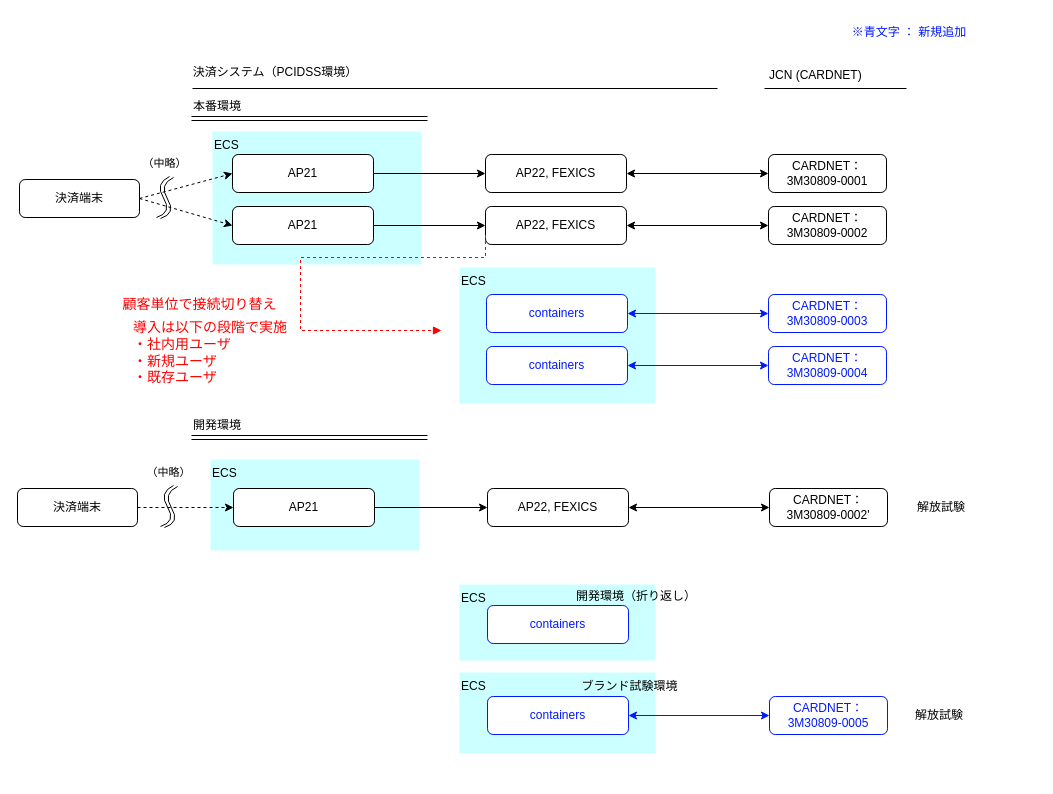
Earlier version of the draw.io diagram page "全体構成(CARDNET)" (2 of 2) of FEXICS/obj/migration_plan.drawio (kyoshizawa/kywiki2). Source tidied: cells renumbered, new cells numbered last; positions are measured from the earlier drawing's top-left corner, leaving out a move shared by most shapes. Both pictures are drawn from the tidied source at 100%, with x=0, y=0 at pixel (17, 17).
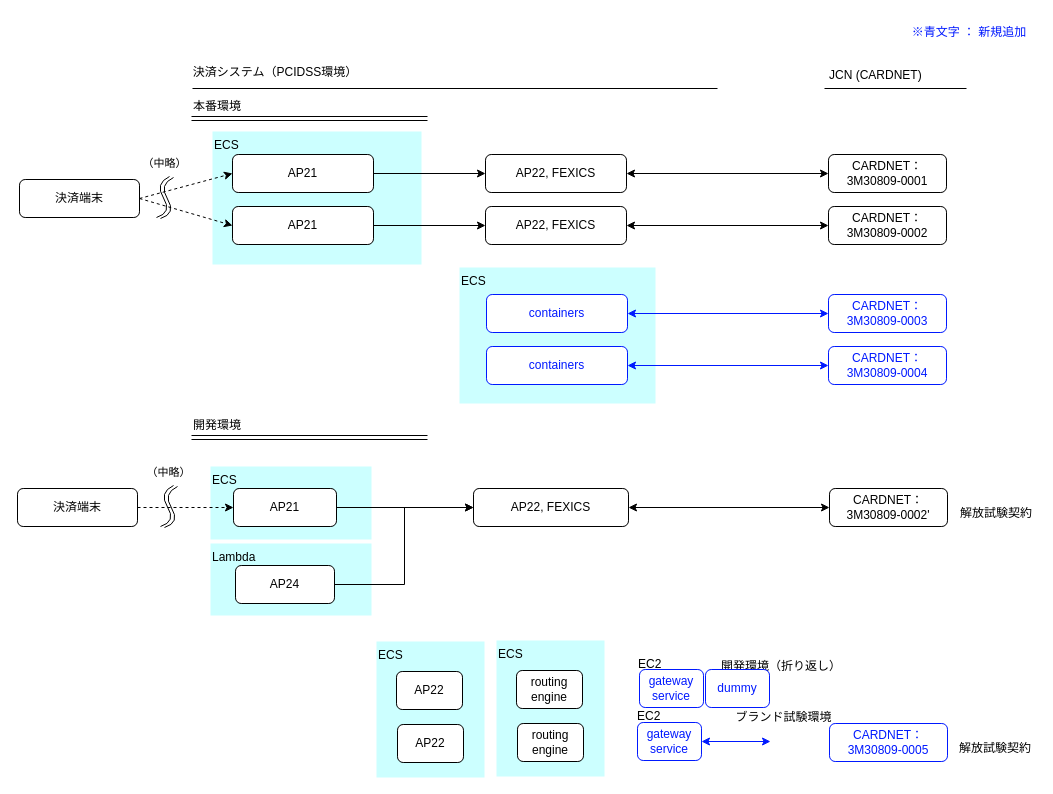
Above is the later version.

Unchanged cells that the change refers to:
```xml
<mxCell id="18" value="AP22, FEXICS" style="rounded=1;whiteSpace=wrap;html=1;" parent="1" vertex="1">
  <mxGeometry x="468" y="189" width="141" height="38" as="geometry" />
</mxCell>
```

The edit, as a diff of the source:
```diff
@@
     <mxCell id="2" value="ECS" style="rounded=0;whiteSpace=wrap;html=1;fillColor=light-dark(#CCFFFF,#1F2F1E);strokeColor=none;align=left;verticalAlign=top;" parent="1" vertex="1">
-      <mxGeometry x="193" y="442" width="209" height="91" as="geometry" />
+      <mxGeometry x="193" y="449" width="161" height="73" as="geometry" />
     </mxCell>
@@
-    <mxCell id="4" value="ECS" style="rounded=0;whiteSpace=wrap;html=1;fillColor=light-dark(#CCFFFF,#1F2F1E);strokeColor=none;align=left;verticalAlign=top;" parent="1" vertex="1">
-      <mxGeometry x="442" y="567" width="196" height="76" as="geometry" />
-    </mxCell>
@@
     <mxCell id="8" value="JCN (CARDNET)" style="text;html=1;align=left;verticalAlign=middle;whiteSpace=wrap;rounded=0;" parent="1" vertex="1">
-      <mxGeometry x="750" y="43" width="157" height="30" as="geometry" />
+      <mxGeometry x="810" y="43" width="157" height="30" as="geometry" />
     </mxCell>
     <mxCell id="9" style="endArrow=none;html=1;rounded=0;" parent="1" edge="1">
       <mxGeometry relative="1" as="geometry">
-        <mxPoint x="747" y="71" as="sourcePoint" />
-        <mxPoint x="889" y="71" as="targetPoint" />
+        <mxPoint x="807" y="71" as="sourcePoint" />
+        <mxPoint x="949" y="71" as="targetPoint" />
       </mxGeometry>
     </mxCell>
@@
     <mxCell id="12" value="CARDNET：&lt;br&gt;3M30809-0001" style="rounded=1;whiteSpace=wrap;html=1;" parent="1" vertex="1">
-      <mxGeometry x="751" y="137" width="118" height="38" as="geometry" />
+      <mxGeometry x="811" y="137" width="118" height="38" as="geometry" />
     </mxCell>
     <mxCell id="13" value="CARDNET：&lt;div&gt;3M30809-0002&lt;/div&gt;" style="rounded=1;whiteSpace=wrap;html=1;" parent="1" vertex="1">
-      <mxGeometry x="751" y="189" width="118" height="38" as="geometry" />
+      <mxGeometry x="811" y="189" width="118" height="38" as="geometry" />
     </mxCell>
     <mxCell id="14" value="CARDNET：&lt;div&gt;3M30809-0002'&lt;/div&gt;" style="rounded=1;whiteSpace=wrap;html=1;" parent="1" vertex="1">
-      <mxGeometry x="752" y="471" width="118" height="38" as="geometry" />
+      <mxGeometry x="812" y="471" width="118" height="38" as="geometry" />
     </mxCell>
-    <mxCell id="15" value="解放試験" style="text;html=1;align=center;verticalAlign=middle;whiteSpace=wrap;rounded=0;" parent="1" vertex="1">
-      <mxGeometry x="894" y="475" width="60" height="30" as="geometry" />
-    </mxCell>
     <mxCell id="16" value="&lt;font style=&quot;color: rgb(0, 25, 255);&quot;&gt;※青文字 ： 新規追加&lt;/font&gt;" style="text;html=1;align=center;verticalAlign=middle;whiteSpace=wrap;rounded=0;fontColor=#0019FF;" parent="1" vertex="1">
-      <mxGeometry x="826" width="132" height="30" as="geometry" />
+      <mxGeometry x="886" width="132" height="30" as="geometry" />
     </mxCell>
@@
     <mxCell id="19" value="&lt;span style=&quot;color: rgb(0, 25, 255);&quot;&gt;CARDNET：&lt;/span&gt;&lt;br style=&quot;color: rgb(0, 25, 255);&quot;&gt;&lt;span style=&quot;color: rgb(0, 25, 255);&quot;&gt;3M30809-0005&lt;/span&gt;" style="rounded=1;whiteSpace=wrap;html=1;strokeColor=#0019FF;" parent="1" vertex="1">
-      <mxGeometry x="752" y="679" width="118" height="38" as="geometry" />
+      <mxGeometry x="812" y="706" width="118" height="38" as="geometry" />
     </mxCell>
-    <mxCell id="20" value="解放試験" style="text;html=1;align=center;verticalAlign=middle;whiteSpace=wrap;rounded=0;" parent="1" vertex="1">
-      <mxGeometry x="892" y="683" width="60" height="30" as="geometry" />
-    </mxCell>
@@
     <mxCell id="25" value="&lt;font style=&quot;color: rgb(0, 25, 255);&quot;&gt;CARDNET：&lt;br&gt;3M30809-0003&lt;/font&gt;" style="rounded=1;whiteSpace=wrap;html=1;strokeColor=#0019FF;" parent="1" vertex="1">
-      <mxGeometry x="751" y="277" width="118" height="38" as="geometry" />
+      <mxGeometry x="811" y="277" width="118" height="38" as="geometry" />
     </mxCell>
     <mxCell id="26" value="&lt;span style=&quot;color: rgb(0, 25, 255);&quot;&gt;CARDNET：&lt;/span&gt;&lt;br style=&quot;color: rgb(0, 25, 255);&quot;&gt;&lt;span style=&quot;color: rgb(0, 25, 255);&quot;&gt;3M30809-0004&lt;/span&gt;" style="rounded=1;whiteSpace=wrap;html=1;strokeColor=#0019FF;" parent="1" vertex="1">
-      <mxGeometry x="751" y="329" width="118" height="38" as="geometry" />
+      <mxGeometry x="811" y="329" width="118" height="38" as="geometry" />
     </mxCell>
@@
     <mxCell id="33" value="AP22, FEXICS" style="rounded=1;whiteSpace=wrap;html=1;" parent="1" vertex="1">
-      <mxGeometry x="470" y="471" width="141" height="38" as="geometry" />
+      <mxGeometry x="456" y="471" width="155" height="38" as="geometry" />
     </mxCell>
     <mxCell id="34" value="AP21" style="rounded=1;whiteSpace=wrap;html=1;" parent="1" vertex="1">
-      <mxGeometry x="216" y="471" width="141" height="38" as="geometry" />
+      <mxGeometry x="216" y="471" width="103" height="38" as="geometry" />
     </mxCell>
-    <mxCell id="35" value="ECS" style="rounded=0;whiteSpace=wrap;html=1;fillColor=light-dark(#CCFFFF,#1F2F1E);strokeColor=none;align=left;verticalAlign=top;" parent="1" vertex="1">
-      <mxGeometry x="442" y="655" width="196" height="81" as="geometry" />
-    </mxCell>
@@
-    <mxCell id="40" value="&lt;font style=&quot;color: rgb(0, 25, 255);&quot;&gt;containers&lt;/font&gt;" style="rounded=1;whiteSpace=wrap;html=1;strokeColor=#0019FF;" parent="1" vertex="1">
-      <mxGeometry x="470" y="679" width="141" height="38" as="geometry" />
-    </mxCell>
@@
-    <mxCell id="42" style="endArrow=classic;startArrow=classic;html=1;rounded=0;exitX=1;exitY=0.5;exitDx=0;exitDy=0;strokeColor=#0019FF;" parent="1" edge="1" source="40" target="19">
-      <mxGeometry relative="1" as="geometry" />
-    </mxCell>
@@
-    <mxCell id="57" value="&lt;font style=&quot;color: rgb(0, 25, 255);&quot;&gt;containers&lt;/font&gt;" style="rounded=1;whiteSpace=wrap;html=1;strokeColor=#0019FF;" parent="1" vertex="1">
-      <mxGeometry x="470" y="588" width="141" height="38" as="geometry" />
-    </mxCell>
+    <mxCell id="64" style="endArrow=classic;startArrow=classic;html=1;rounded=0;exitX=1;exitY=0.5;exitDx=0;exitDy=0;strokeColor=#0019FF;" parent="1" edge="1" source="71">
+      <mxGeometry relative="1" as="geometry">
+        <mxPoint x="753" y="724" as="targetPoint" />
+      </mxGeometry>
+    </mxCell>
     <mxCell id="58" value="開発環境（折り返し）" style="text;html=1;align=center;verticalAlign=middle;whiteSpace=wrap;rounded=0;" parent="1" vertex="1">
-      <mxGeometry x="558" y="564" width="117" height="30" as="geometry" />
+      <mxGeometry x="703" y="634" width="117" height="30" as="geometry" />
     </mxCell>
     <mxCell id="59" value="ブランド試験環境" style="text;html=1;align=center;verticalAlign=middle;whiteSpace=wrap;rounded=0;" parent="1" vertex="1">
-      <mxGeometry x="554" y="654" width="117" height="30" as="geometry" />
+      <mxGeometry x="708" y="685" width="117" height="30" as="geometry" />
     </mxCell>
-    <mxCell id="60" parent="0" />
-    <mxCell id="61" value="&lt;div&gt;&lt;font style=&quot;font-size: 14px;&quot; color=&quot;#ff0000&quot;&gt;顧客単位で接続切り替え&lt;/font&gt;&lt;/div&gt;" style="text;html=1;align=center;verticalAlign=middle;whiteSpace=wrap;rounded=0;" parent="60" vertex="1">
-      <mxGeometry x="66" y="272" width="233" height="30" as="geometry" />
-    </mxCell>
-    <mxCell id="62" style="endArrow=block;dashed=1;html=1;rounded=0;strokeColor=light-dark(#ff0000, #ededed);edgeStyle=orthogonalEdgeStyle;endFill=1;exitX=0;exitY=0.75;exitDx=0;exitDy=0;" parent="60" edge="1" source="18">
-      <mxGeometry relative="1" as="geometry">
-        <mxPoint x="424" y="313" as="targetPoint" />
-        <Array as="points">
-          <mxPoint x="468" y="240" />
-          <mxPoint x="283" y="240" />
-          <mxPoint x="283" y="313" />
-        </Array>
-      </mxGeometry>
-    </mxCell>
-    <mxCell id="63" value="&lt;div&gt;&lt;font color=&quot;#ff0000&quot;&gt;&lt;span style=&quot;font-size: 14px;&quot;&gt;導入は以下の段階で実施&lt;/span&gt;&lt;/font&gt;&lt;/div&gt;&lt;font color=&quot;#ff0000&quot;&gt;&lt;span style=&quot;font-size: 14px;&quot;&gt;・社内用ユーザ&lt;/span&gt;&lt;/font&gt;&lt;div&gt;&lt;font color=&quot;#ff0000&quot;&gt;&lt;span style=&quot;font-size: 14px;&quot;&gt;・新規ユーザ&lt;/span&gt;&lt;/font&gt;&lt;/div&gt;&lt;div&gt;&lt;font color=&quot;#ff0000&quot;&gt;&lt;span style=&quot;font-size: 14px;&quot;&gt;・既存ユーザ&lt;/span&gt;&lt;/font&gt;&lt;/div&gt;" style="text;html=1;align=left;verticalAlign=middle;whiteSpace=wrap;rounded=0;" parent="60" vertex="1">
-      <mxGeometry x="114" y="298" width="233" height="73" as="geometry" />
-    </mxCell>
+    <mxCell id="65" value="ECS" style="rounded=0;whiteSpace=wrap;html=1;fillColor=light-dark(#CCFFFF,#1F2F1E);strokeColor=none;align=left;verticalAlign=top;" parent="1" vertex="1">
+      <mxGeometry x="359" y="624" width="108" height="136" as="geometry" />
+    </mxCell>
+    <mxCell id="66" value="AP22" style="rounded=1;whiteSpace=wrap;html=1;" parent="1" vertex="1">
+      <mxGeometry x="379" y="654" width="66" height="38" as="geometry" />
+    </mxCell>
+    <mxCell id="67" value="AP22" style="rounded=1;whiteSpace=wrap;html=1;" parent="1" vertex="1">
+      <mxGeometry x="380" y="707" width="66" height="38" as="geometry" />
+    </mxCell>
+    <mxCell id="68" value="ECS" style="rounded=0;whiteSpace=wrap;html=1;fillColor=light-dark(#CCFFFF,#1F2F1E);strokeColor=none;align=left;verticalAlign=top;" parent="1" vertex="1">
+      <mxGeometry x="479" y="623" width="108" height="136" as="geometry" />
+    </mxCell>
+    <mxCell id="69" value="routing&lt;div&gt;engine&lt;/div&gt;" style="rounded=1;whiteSpace=wrap;html=1;" parent="1" vertex="1">
+      <mxGeometry x="499" y="653" width="66" height="38" as="geometry" />
+    </mxCell>
+    <mxCell id="70" value="routing&lt;div&gt;engine&lt;/div&gt;" style="rounded=1;whiteSpace=wrap;html=1;" parent="1" vertex="1">
+      <mxGeometry x="500" y="706" width="66" height="38" as="geometry" />
+    </mxCell>
+    <mxCell id="71" value="&lt;font style=&quot;color: rgb(0, 25, 255);&quot;&gt;gateway&lt;/font&gt;&lt;div&gt;&lt;font style=&quot;color: rgb(0, 25, 255);&quot;&gt;service&lt;/font&gt;&lt;/div&gt;" style="rounded=1;whiteSpace=wrap;html=1;strokeColor=#0019FF;" parent="1" vertex="1">
+      <mxGeometry x="620" y="705" width="64" height="38" as="geometry" />
+    </mxCell>
+    <mxCell id="72" value="&lt;font style=&quot;color: rgb(0, 25, 255);&quot;&gt;gateway&lt;/font&gt;&lt;div&gt;&lt;font style=&quot;color: rgb(0, 25, 255);&quot;&gt;service&lt;/font&gt;&lt;/div&gt;" style="rounded=1;whiteSpace=wrap;html=1;strokeColor=#0019FF;" parent="1" vertex="1">
+      <mxGeometry x="622" y="652" width="64" height="38" as="geometry" />
+    </mxCell>
+    <mxCell id="73" value="&lt;font color=&quot;#0019ff&quot;&gt;dummy&lt;/font&gt;" style="rounded=1;whiteSpace=wrap;html=1;strokeColor=#0019FF;" parent="1" vertex="1">
+      <mxGeometry x="688" y="652" width="64" height="38" as="geometry" />
+    </mxCell>
+    <mxCell id="74" value="EC2" style="rounded=0;whiteSpace=wrap;html=1;fillColor=none;strokeColor=none;align=left;verticalAlign=top;strokeWidth=1;dashed=1;dashPattern=1 2;" parent="1" vertex="1">
+      <mxGeometry x="619" y="633" width="56" height="24" as="geometry" />
+    </mxCell>
+    <mxCell id="75" value="EC2" style="rounded=0;whiteSpace=wrap;html=1;fillColor=none;strokeColor=none;align=left;verticalAlign=top;strokeWidth=1;dashed=1;dashPattern=1 2;" parent="1" vertex="1">
+      <mxGeometry x="618" y="685" width="56" height="24" as="geometry" />
+    </mxCell>
+    <mxCell id="76" value="解放試験契約" style="text;html=1;align=center;verticalAlign=middle;whiteSpace=wrap;rounded=0;" parent="1" vertex="1">
+      <mxGeometry x="940" y="481" width="78" height="30" as="geometry" />
+    </mxCell>
+    <mxCell id="77" value="解放試験契約" style="text;html=1;align=center;verticalAlign=middle;whiteSpace=wrap;rounded=0;" parent="1" vertex="1">
+      <mxGeometry x="939" y="716" width="78" height="30" as="geometry" />
+    </mxCell>
+    <mxCell id="78" value="Lambda" style="rounded=0;whiteSpace=wrap;html=1;fillColor=light-dark(#CCFFFF,#1F2F1E);strokeColor=none;align=left;verticalAlign=top;" parent="1" vertex="1">
+      <mxGeometry x="193" y="526" width="161" height="72" as="geometry" />
+    </mxCell>
+    <mxCell id="79" value="AP24" style="rounded=1;whiteSpace=wrap;html=1;" parent="1" vertex="1">
+      <mxGeometry x="218" y="548" width="99" height="38" as="geometry" />
+    </mxCell>
+    <mxCell id="80" style="endArrow=classic;html=1;rounded=0;exitX=1;exitY=0.5;exitDx=0;exitDy=0;entryX=0;entryY=0.5;entryDx=0;entryDy=0;edgeStyle=elbowEdgeStyle;" parent="1" edge="1" source="79" target="33">
+      <mxGeometry relative="1" as="geometry" />
+    </mxCell>
```
